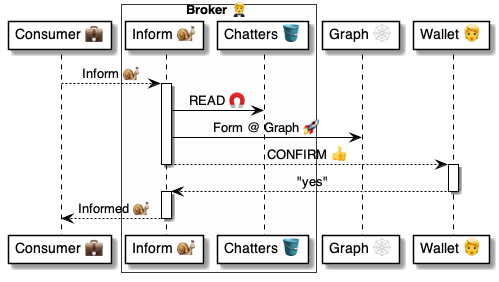
The PlantUML diagram 4 ⚙️ Solution/20 🧑‍🦰 UI/Brokers 🤵/🤵🅰️ Broker methods/Share 💼 Inform 💼🚀🤵/🤵 Inform ⚙️ uml.png in pollyweb-org/pollyweb-docs, before a commit. Its source is kept beside it as 4 ⚙️ Solution/20 🧑‍🦰 UI/Brokers 🤵/🤵🅰️ Broker methods/Share 💼 Inform 💼🚀🤵/🤵 Inform ⚙️ uml.puml.
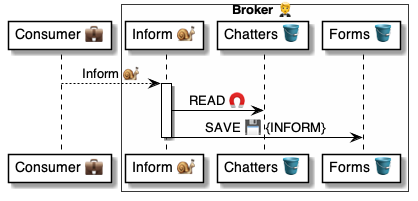
After the commit.

Diff of the diagram source:
```diff
@@ -4,26 +4,16 @@
 
 box Broker 🤵 #FFFFFA
     participant "Inform 🐌" as broker
-    participant "Chatters 🪣" as table
+    participant "Chatters 🪣" as chatters
+    participant "Forms 🪣" as forms
 end box
-participant "Graph 🕸" as graph
-participant "Wallet 🧑" as user
 
 
 consumer --> broker: Inform 🐌
 
 activate broker
-    broker -> table: READ 🧲
-    broker -> graph: Form @ Graph 🚀
-    broker --> user: CONFIRM 👍
-deactivate broker
-
-activate user
-    user --> broker: "yes"
-deactivate user
-
-activate broker
-    broker --> consumer: Informed 🐌
+    broker -> chatters: READ 🧲
+    broker -> forms: SAVE 💾 {INFORM}
 deactivate broker
 
 
```
